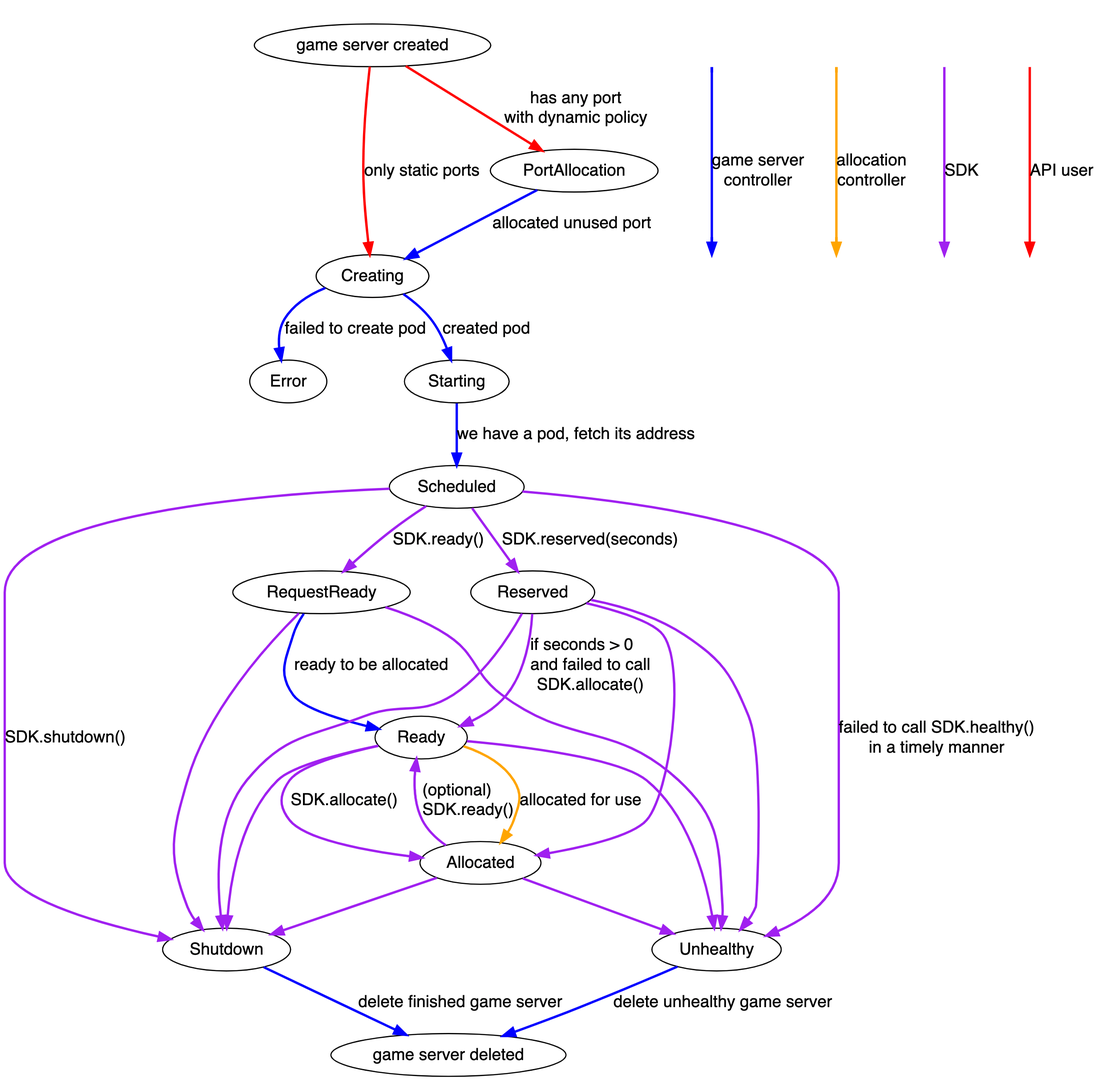
googleforgames/agones keeps this Graphviz diagram as site/static/diagrams/gameserver-states.dot.png. Above is the earlier version. Its source is kept beside it as site/static/diagrams/gameserver-states.dot.
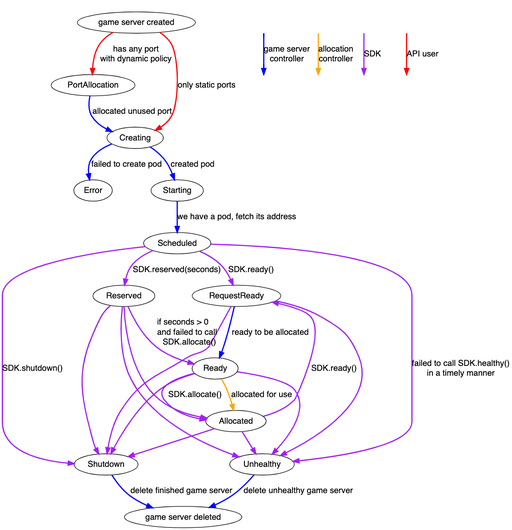
After the change.

Commit message:
Fixed by review content.

Diff of the diagram source:
```diff
@@ -28,7 +28,7 @@
     Scheduled -> RequestReady [ label="SDK.ready()", color="purple" ]
     RequestReady -> Ready [ label="ready to be allocated", color="blue" ]
     Reserved -> Ready [label="if seconds > 0  \land failed to call  \lSDK.allocate()  " color="purple"]
-    Allocated -> Ready [ label="(optional)  \lSDK.ready()", color="purple" ]
+    Allocated -> RequestReady [ label="SDK.ready()", color="purple" ]
 
     Ready -> Allocated [ label="allocated for use", color="orange" ]
     Ready -> Allocated [ label="SDK.allocate()   ", color="purple" ]
```
